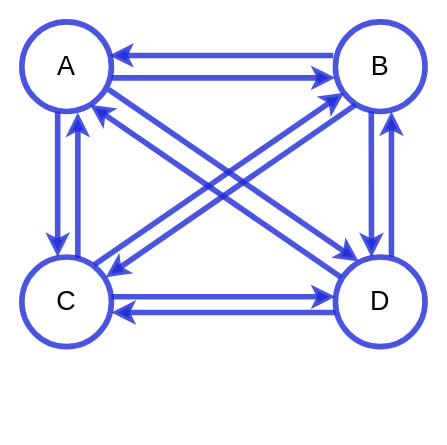
Before: 完全有向图.drawio in SamPong/software, a draw.io diagram. Source tidied: cells renumbered, new cells numbered last; positions are measured from the earlier drawing's top-left corner, leaving out a move shared by most shapes. Both pictures are drawn from the tidied source at 112%, with x=0, y=0 at pixel (21, 21).
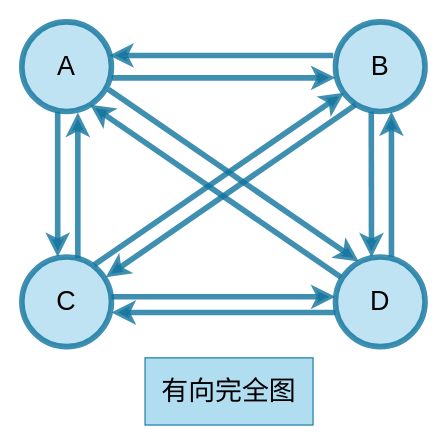
The same page after the edit.

Commit message:
更新完全有向图.drawio

The edit, as a diff of the source:
```diff
@@
-    <mxCell id="2" value="&lt;font style=&quot;font-size: 24px;&quot;&gt;A&lt;/font&gt;" style="ellipse;whiteSpace=wrap;html=1;strokeWidth=5;strokeColor=#1d2ad7;shadow=0;opacity=80;fixDash=0;backgroundOutline=0;" parent="1" vertex="1">
+    <mxCell id="2" value="&lt;font style=&quot;font-size: 24px;&quot;&gt;A&lt;/font&gt;" style="ellipse;whiteSpace=wrap;html=1;strokeWidth=5;strokeColor=#10739e;shadow=0;opacity=80;fixDash=0;backgroundOutline=0;fillColor=#b1ddf0;" parent="1" vertex="1">
       <mxGeometry width="80" height="80" as="geometry" />
     </mxCell>
-    <mxCell id="3" value="&lt;font style=&quot;font-size: 24px;&quot;&gt;D&lt;/font&gt;" style="ellipse;whiteSpace=wrap;html=1;strokeWidth=5;strokeColor=#1d2ad7;shadow=0;opacity=80;fixDash=0;backgroundOutline=0;" parent="1" vertex="1">
+    <mxCell id="3" value="&lt;font style=&quot;font-size: 24px;&quot;&gt;D&lt;/font&gt;" style="ellipse;whiteSpace=wrap;html=1;strokeWidth=5;strokeColor=#10739e;shadow=0;opacity=80;fixDash=0;backgroundOutline=0;fillColor=#b1ddf0;" parent="1" vertex="1">
       <mxGeometry x="280" y="210" width="80" height="80" as="geometry" />
     </mxCell>
-    <mxCell id="4" value="&lt;font style=&quot;font-size: 24px;&quot;&gt;C&lt;/font&gt;" style="ellipse;whiteSpace=wrap;html=1;strokeWidth=5;strokeColor=#1d2ad7;shadow=0;opacity=80;fixDash=0;backgroundOutline=0;" parent="1" vertex="1">
+    <mxCell id="4" value="&lt;font style=&quot;font-size: 24px;&quot;&gt;C&lt;/font&gt;" style="ellipse;whiteSpace=wrap;html=1;strokeWidth=5;strokeColor=#10739e;shadow=0;opacity=80;fixDash=0;backgroundOutline=0;fillColor=#b1ddf0;" parent="1" vertex="1">
       <mxGeometry y="210" width="80" height="80" as="geometry" />
     </mxCell>
-    <mxCell id="5" value="&lt;font style=&quot;font-size: 24px;&quot;&gt;B&lt;/font&gt;" style="ellipse;whiteSpace=wrap;html=1;strokeWidth=5;strokeColor=#1d2ad7;shadow=0;opacity=80;fixDash=0;backgroundOutline=0;" parent="1" vertex="1">
+    <mxCell id="5" value="&lt;font style=&quot;font-size: 24px;&quot;&gt;B&lt;/font&gt;" style="ellipse;whiteSpace=wrap;html=1;strokeWidth=5;strokeColor=#10739e;shadow=0;opacity=80;fixDash=0;backgroundOutline=0;fillColor=#b1ddf0;" parent="1" vertex="1">
       <mxGeometry x="280" width="80" height="80" as="geometry" />
     </mxCell>
-    <mxCell id="6" style="endArrow=none;html=1;rounded=0;exitX=1;exitY=0.5;exitDx=0;exitDy=0;entryX=0;entryY=0.5;entryDx=0;entryDy=0;strokeWidth=5;strokeColor=#1d2ad7;shadow=0;opacity=80;snapToPoint=1;fixDash=0;backgroundOutline=0;endFill=0;startArrow=classic;startFill=1;" parent="1" edge="1">
+    <mxCell id="6" style="endArrow=none;html=1;rounded=0;exitX=1;exitY=0.5;exitDx=0;exitDy=0;entryX=0;entryY=0.5;entryDx=0;entryDy=0;strokeWidth=5;strokeColor=#10739e;shadow=0;opacity=80;snapToPoint=1;fixDash=0;backgroundOutline=0;endFill=0;startArrow=classic;startFill=1;fillColor=#b1ddf0;" parent="1" edge="1">
       <mxGeometry relative="1" as="geometry">
         <mxPoint x="78" y="30" as="sourcePoint" />
         <mxPoint x="278" y="30" as="targetPoint" />
         <Array as="points">
           <mxPoint x="138" y="30" />
         </Array>
       </mxGeometry>
     </mxCell>
-    <mxCell id="7" style="endArrow=classic;html=1;rounded=0;exitX=0.5;exitY=1;exitDx=0;exitDy=0;strokeWidth=5;strokeColor=#1d2ad7;shadow=0;opacity=80;snapToPoint=1;fixDash=0;backgroundOutline=0;endFill=1;" parent="1" edge="1">
+    <mxCell id="7" style="endArrow=classic;html=1;rounded=0;exitX=0.5;exitY=1;exitDx=0;exitDy=0;strokeWidth=5;strokeColor=#10739e;shadow=0;opacity=80;snapToPoint=1;fixDash=0;backgroundOutline=0;endFill=1;fillColor=#b1ddf0;" parent="1" edge="1">
       <mxGeometry relative="1" as="geometry">
         <mxPoint x="312" y="80" as="sourcePoint" />
         <mxPoint x="312.2" y="210.3" as="targetPoint" />
       </mxGeometry>
     </mxCell>
-    <mxCell id="8" style="endArrow=classic;html=1;rounded=0;exitX=0.5;exitY=1;exitDx=0;exitDy=0;entryX=0.5;entryY=0;entryDx=0;entryDy=0;strokeWidth=5;strokeColor=#1d2ad7;shadow=0;opacity=80;snapToPoint=1;fixDash=0;backgroundOutline=0;endFill=1;" parent="1" edge="1">
+    <mxCell id="8" style="endArrow=classic;html=1;rounded=0;exitX=0.5;exitY=1;exitDx=0;exitDy=0;entryX=0.5;entryY=0;entryDx=0;entryDy=0;strokeWidth=5;strokeColor=#10739e;shadow=0;opacity=80;snapToPoint=1;fixDash=0;backgroundOutline=0;endFill=1;fillColor=#b1ddf0;" parent="1" edge="1">
       <mxGeometry relative="1" as="geometry">
         <mxPoint x="32" y="80" as="sourcePoint" />
         <mxPoint x="32" y="210" as="targetPoint" />
       </mxGeometry>
     </mxCell>
-    <mxCell id="9" style="endArrow=classic;html=1;rounded=0;entryX=0;entryY=1;entryDx=0;entryDy=0;strokeWidth=5;strokeColor=#1d2ad7;shadow=0;opacity=80;snapToPoint=1;fixDash=0;backgroundOutline=0;endFill=1;" parent="1" edge="1">
+    <mxCell id="9" style="endArrow=classic;html=1;rounded=0;entryX=0;entryY=1;entryDx=0;entryDy=0;strokeWidth=5;strokeColor=#10739e;shadow=0;opacity=80;snapToPoint=1;fixDash=0;backgroundOutline=0;endFill=1;fillColor=#b1ddf0;" parent="1" edge="1">
       <mxGeometry relative="1" as="geometry">
         <mxPoint x="64.5" y="217" as="sourcePoint" />
         <mxPoint x="287.7" y="63.3" as="targetPoint" />
       </mxGeometry>
     </mxCell>
-    <mxCell id="10" style="endArrow=classic;html=1;rounded=0;exitX=1;exitY=1;exitDx=0;exitDy=0;strokeWidth=5;strokeColor=#1d2ad7;shadow=0;opacity=80;snapToPoint=1;fixDash=0;backgroundOutline=0;endFill=1;" parent="1" edge="1">
+    <mxCell id="10" style="endArrow=classic;html=1;rounded=0;exitX=1;exitY=1;exitDx=0;exitDy=0;strokeWidth=5;strokeColor=#10739e;shadow=0;opacity=80;snapToPoint=1;fixDash=0;backgroundOutline=0;endFill=1;fillColor=#b1ddf0;" parent="1" edge="1">
       <mxGeometry relative="1" as="geometry">
         <mxPoint x="77.3" y="60.3" as="sourcePoint" />
         <mxPoint x="300.8" y="214" as="targetPoint" />
       </mxGeometry>
     </mxCell>
-    <mxCell id="11" style="endArrow=classic;html=1;rounded=0;exitX=1;exitY=0.5;exitDx=0;exitDy=0;entryX=0;entryY=0.5;entryDx=0;entryDy=0;strokeWidth=5;strokeColor=#1d2ad7;shadow=0;opacity=80;snapToPoint=1;fixDash=0;backgroundOutline=0;endFill=1;" parent="1" edge="1">
+    <mxCell id="11" style="endArrow=classic;html=1;rounded=0;exitX=1;exitY=0.5;exitDx=0;exitDy=0;entryX=0;entryY=0.5;entryDx=0;entryDy=0;strokeWidth=5;strokeColor=#10739e;shadow=0;opacity=80;snapToPoint=1;fixDash=0;backgroundOutline=0;endFill=1;fillColor=#b1ddf0;" parent="1" edge="1">
       <mxGeometry relative="1" as="geometry">
         <mxPoint x="80" y="245.5" as="sourcePoint" />
         <mxPoint x="280" y="245.5" as="targetPoint" />
       </mxGeometry>
     </mxCell>
-    <mxCell id="12" style="endArrow=classic;html=1;rounded=0;exitX=1;exitY=0.5;exitDx=0;exitDy=0;entryX=0;entryY=0.5;entryDx=0;entryDy=0;strokeWidth=5;strokeColor=#1d2ad7;shadow=0;opacity=80;snapToPoint=1;fixDash=0;backgroundOutline=0;endFill=1;edgeStyle=orthogonalEdgeStyle;curved=1;" parent="1" edge="1">
+    <mxCell id="12" style="endArrow=classic;html=1;rounded=0;exitX=1;exitY=0.5;exitDx=0;exitDy=0;entryX=0;entryY=0.5;entryDx=0;entryDy=0;strokeWidth=5;strokeColor=#10739e;shadow=0;opacity=80;snapToPoint=1;fixDash=0;backgroundOutline=0;endFill=1;edgeStyle=orthogonalEdgeStyle;curved=1;fillColor=#b1ddf0;" parent="1" edge="1">
       <mxGeometry relative="1" as="geometry">
         <mxPoint x="80" y="50" as="sourcePoint" />
         <mxPoint x="280" y="50" as="targetPoint" />
         <Array as="points">
           <mxPoint x="180" y="50.4" />
           <mxPoint x="180" y="50.4" />
         </Array>
       </mxGeometry>
     </mxCell>
-    <mxCell id="13" style="endArrow=none;html=1;rounded=0;exitX=0.5;exitY=1;exitDx=0;exitDy=0;entryX=0.5;entryY=0;entryDx=0;entryDy=0;strokeWidth=5;strokeColor=#1d2ad7;shadow=0;opacity=80;snapToPoint=1;fixDash=0;backgroundOutline=0;endFill=0;startArrow=classic;startFill=1;" parent="1" edge="1">
+    <mxCell id="13" style="endArrow=none;html=1;rounded=0;exitX=0.5;exitY=1;exitDx=0;exitDy=0;entryX=0.5;entryY=0;entryDx=0;entryDy=0;strokeWidth=5;strokeColor=#10739e;shadow=0;opacity=80;snapToPoint=1;fixDash=0;backgroundOutline=0;endFill=0;startArrow=classic;startFill=1;fillColor=#b1ddf0;" parent="1" edge="1">
       <mxGeometry relative="1" as="geometry">
         <mxPoint x="50" y="81" as="sourcePoint" />
         <mxPoint x="50" y="211" as="targetPoint" />
       </mxGeometry>
     </mxCell>
-    <mxCell id="14" style="endArrow=none;html=1;rounded=0;exitX=0.5;exitY=1;exitDx=0;exitDy=0;strokeWidth=5;strokeColor=#1d2ad7;shadow=0;opacity=80;snapToPoint=1;fixDash=0;backgroundOutline=0;endFill=0;startArrow=classic;startFill=1;" parent="1" edge="1">
+    <mxCell id="14" style="endArrow=none;html=1;rounded=0;exitX=0.5;exitY=1;exitDx=0;exitDy=0;strokeWidth=5;strokeColor=#10739e;shadow=0;opacity=80;snapToPoint=1;fixDash=0;backgroundOutline=0;endFill=0;startArrow=classic;startFill=1;fillColor=#b1ddf0;" parent="1" edge="1">
       <mxGeometry relative="1" as="geometry">
         <mxPoint x="330" y="80" as="sourcePoint" />
         <mxPoint x="330" y="210" as="targetPoint" />
       </mxGeometry>
     </mxCell>
-    <mxCell id="15" style="endArrow=none;html=1;rounded=0;exitX=1;exitY=1;exitDx=0;exitDy=0;strokeWidth=5;strokeColor=#1d2ad7;shadow=0;opacity=80;snapToPoint=1;fixDash=0;backgroundOutline=0;endFill=0;startArrow=classic;startFill=1;" parent="1" edge="1">
+    <mxCell id="15" style="endArrow=none;html=1;rounded=0;exitX=1;exitY=1;exitDx=0;exitDy=0;strokeWidth=5;strokeColor=#10739e;shadow=0;opacity=80;snapToPoint=1;fixDash=0;backgroundOutline=0;endFill=0;startArrow=classic;startFill=1;fillColor=#b1ddf0;" parent="1" edge="1">
       <mxGeometry relative="1" as="geometry">
         <mxPoint x="61" y="74" as="sourcePoint" />
         <mxPoint x="285" y="228" as="targetPoint" />
       </mxGeometry>
     </mxCell>
-    <mxCell id="16" style="endArrow=none;html=1;rounded=0;entryX=0;entryY=1;entryDx=0;entryDy=0;strokeWidth=5;strokeColor=#1d2ad7;shadow=0;opacity=80;snapToPoint=1;fixDash=0;backgroundOutline=0;endFill=0;startArrow=classic;startFill=1;" parent="1" edge="1">
+    <mxCell id="16" style="endArrow=none;html=1;rounded=0;entryX=0;entryY=1;entryDx=0;entryDy=0;strokeWidth=5;strokeColor=#10739e;shadow=0;opacity=80;snapToPoint=1;fixDash=0;backgroundOutline=0;endFill=0;startArrow=classic;startFill=1;fillColor=#b1ddf0;" parent="1" edge="1">
       <mxGeometry relative="1" as="geometry">
         <mxPoint x="75" y="228" as="sourcePoint" />
         <mxPoint x="298" y="74" as="targetPoint" />
       </mxGeometry>
     </mxCell>
-    <mxCell id="17" style="endArrow=none;html=1;rounded=0;exitX=1;exitY=0.5;exitDx=0;exitDy=0;entryX=0;entryY=0.5;entryDx=0;entryDy=0;strokeWidth=5;strokeColor=#1d2ad7;shadow=0;opacity=80;snapToPoint=1;fixDash=0;backgroundOutline=0;endFill=0;startArrow=classic;startFill=1;" parent="1" edge="1">
+    <mxCell id="17" style="endArrow=none;html=1;rounded=0;exitX=1;exitY=0.5;exitDx=0;exitDy=0;entryX=0;entryY=0.5;entryDx=0;entryDy=0;strokeWidth=5;strokeColor=#10739e;shadow=0;opacity=80;snapToPoint=1;fixDash=0;backgroundOutline=0;endFill=0;startArrow=classic;startFill=1;fillColor=#b1ddf0;" parent="1" edge="1">
       <mxGeometry relative="1" as="geometry">
         <mxPoint x="80" y="259.5" as="sourcePoint" />
         <mxPoint x="280" y="259.5" as="targetPoint" />
       </mxGeometry>
     </mxCell>
+    <mxCell id="18" value="&lt;font style=&quot;font-size: 24px;&quot;&gt;有向完全图&lt;/font&gt;" style="rounded=0;whiteSpace=wrap;html=1;fillColor=#b1ddf0;strokeColor=#10739e;" parent="1" vertex="1">
+      <mxGeometry x="110" y="300" width="150" height="60" as="geometry" />
+    </mxCell>
```
